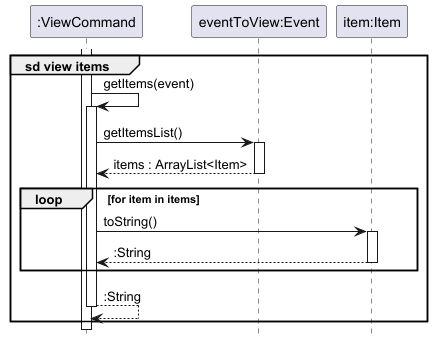
This is docs/images/ViewItemSequenceDiagram.png from nus-cs2113-AY2425S1/tp, a PlantUML export, as it was before one commit.
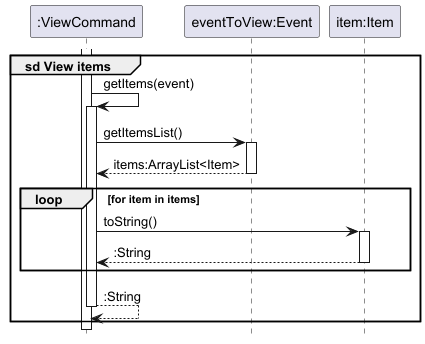
Above is the later version.

The edit, as a diff of the source:
```diff
@@ -6,7 +6,7 @@
 participant "eventToView:Event" as event
 participant "item:Item" as item
 
-group sd view items
+group sd View items
 activate command
     command -> command : getItems(event)
     activate command
@@ -14,7 +14,7 @@
     command -> event : getItemsList()
     activate event
 
-    return items : ArrayList<Item>
+    return items:ArrayList<Item>
 
     loop for item in items
         command -> item : toString()
```
